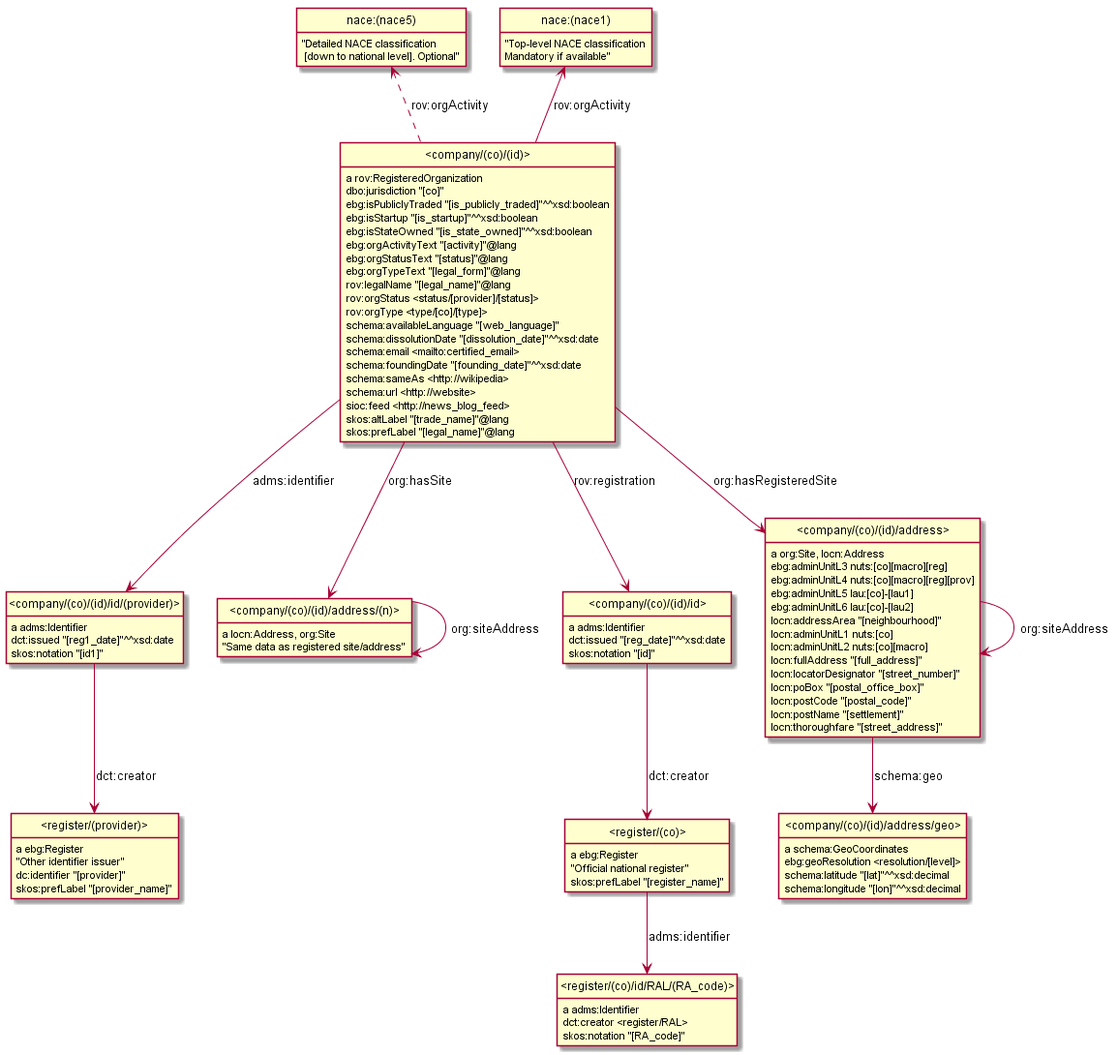
Above: model/company.png in euBusinessGraph/eubg-data (PlantUML), before the change.
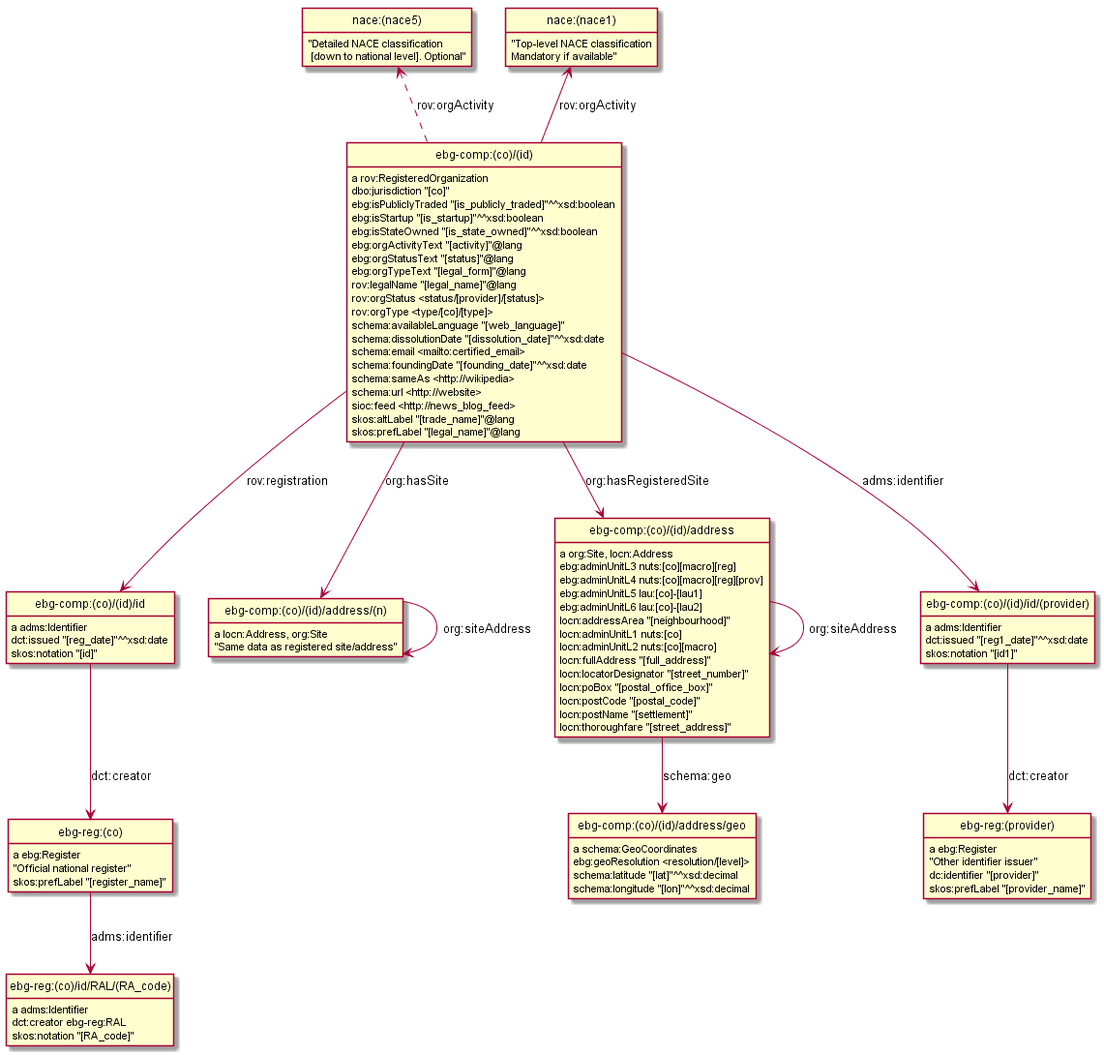
Later version of the same file.

Change to the diagram source:
```diff
@@ -3,85 +3,85 @@
 hide empty attributes
 hide circle
 skinparam classAttributeIconSize 0
-class _company_co_id_address_geo_ as "<company/(co)/(id)/address/geo>"
-_company_co_id_address_geo_ : a schema:GeoCoordinates
-_company_co_id_address_geo_ : ebg:geoResolution <resolution/[level]>
-_company_co_id_address_geo_ : schema:latitude "[lat]"^^xsd:decimal
-_company_co_id_address_geo_ : schema:longitude "[lon]"^^xsd:decimal
-class _company_co_id_id_provider_ as "<company/(co)/(id)/id/(provider)>"
-_company_co_id_id_provider_ : a adms:Identifier
-class _register_provider_ as "<register/(provider)>"
-_company_co_id_id_provider_ --> _register_provider_ : dct:creator
-_company_co_id_id_provider_ : dct:issued "[reg1_date]"^^xsd:date
-_company_co_id_id_provider_ : skos:notation "[id1]"
-_register_provider_ : a ebg:Register
-_register_provider_ :  "Other identifier issuer"
-_register_provider_ : dc:identifier "[provider]"
-_register_provider_ : skos:prefLabel "[provider_name]"
-class _company_co_id_ as "<company/(co)/(id)>"
-_company_co_id_ : a rov:RegisteredOrganization
-class _company_co_id_address_n_ as "<company/(co)/(id)/address/(n)>"
-_company_co_id_ --> _company_co_id_address_n_ : org:hasSite
-class _company_co_id_id_ as "<company/(co)/(id)/id>"
-_company_co_id_ --> _company_co_id_id_ : rov:registration
+class ebg_comp_co_id_id as "ebg-comp:(co)/(id)/id"
+ebg_comp_co_id_id : a adms:Identifier
+class ebg_reg_co_ as "ebg-reg:(co)"
+ebg_comp_co_id_id --> ebg_reg_co_ : dct:creator
+ebg_comp_co_id_id : dct:issued "[reg_date]"^^xsd:date
+ebg_comp_co_id_id : skos:notation "[id]"
+class ebg_comp_co_id_ as "ebg-comp:(co)/(id)"
+ebg_comp_co_id_ : a rov:RegisteredOrganization
 class nace_nace1_ as "nace:(nace1)"
-_company_co_id_ -up-> nace_nace1_ : rov:orgActivity
+ebg_comp_co_id_ -up-> nace_nace1_ : rov:orgActivity
 class nace_nace5_ as "nace:(nace5)"
-_company_co_id_ .up.> nace_nace5_ : rov:orgActivity
-class _company_co_id_address_ as "<company/(co)/(id)/address>"
-_company_co_id_ --> _company_co_id_address_ : org:hasRegisteredSite
-_company_co_id_ --> _company_co_id_id_provider_ : adms:identifier
-_company_co_id_ : dbo:jurisdiction "[co]"
-_company_co_id_ : ebg:isPubliclyTraded "[is_publicly_traded]"^^xsd:boolean
-_company_co_id_ : ebg:isStartup "[is_startup]"^^xsd:boolean
-_company_co_id_ : ebg:isStateOwned "[is_state_owned]"^^xsd:boolean
-_company_co_id_ : ebg:orgActivityText "[activity]"@lang
-_company_co_id_ : ebg:orgStatusText "[status]"@lang
-_company_co_id_ : ebg:orgTypeText "[legal_form]"@lang
-_company_co_id_ : rov:legalName "[legal_name]"@lang
-_company_co_id_ : rov:orgStatus <status/[provider]/[status]>
-_company_co_id_ : rov:orgType <type/[co]/[type]>
-_company_co_id_ : schema:availableLanguage "[web_language]"
-_company_co_id_ : schema:dissolutionDate "[dissolution_date]"^^xsd:date
-_company_co_id_ : schema:email <mailto:certified_email>
-_company_co_id_ : schema:foundingDate "[founding_date]"^^xsd:date
-_company_co_id_ : schema:sameAs <http://wikipedia>
-_company_co_id_ : schema:url <http://website>
-_company_co_id_ : sioc:feed <http://news_blog_feed>
-_company_co_id_ : skos:altLabel "[trade_name]"@lang
-_company_co_id_ : skos:prefLabel "[legal_name]"@lang
-class _register_co_ as "<register/(co)>"
-_register_co_ : a ebg:Register
-class _register_co_id_RAL_RA_code_ as "<register/(co)/id/RAL/(RA_code)>"
-_register_co_ --> _register_co_id_RAL_RA_code_ : adms:identifier
-_register_co_ :  "Official national register"
-_register_co_ : skos:prefLabel "[register_name]"
+ebg_comp_co_id_ .up.> nace_nace5_ : rov:orgActivity
+class ebg_comp_co_id_address_n_ as "ebg-comp:(co)/(id)/address/(n)"
+ebg_comp_co_id_ --> ebg_comp_co_id_address_n_ : org:hasSite
+class ebg_comp_co_id_address as "ebg-comp:(co)/(id)/address"
+ebg_comp_co_id_ --> ebg_comp_co_id_address : org:hasRegisteredSite
+ebg_comp_co_id_ --> ebg_comp_co_id_id : rov:registration
+class ebg_comp_co_id_id_provider_ as "ebg-comp:(co)/(id)/id/(provider)"
+ebg_comp_co_id_ --> ebg_comp_co_id_id_provider_ : adms:identifier
+ebg_comp_co_id_ : dbo:jurisdiction "[co]"
+ebg_comp_co_id_ : ebg:isPubliclyTraded "[is_publicly_traded]"^^xsd:boolean
+ebg_comp_co_id_ : ebg:isStartup "[is_startup]"^^xsd:boolean
+ebg_comp_co_id_ : ebg:isStateOwned "[is_state_owned]"^^xsd:boolean
+ebg_comp_co_id_ : ebg:orgActivityText "[activity]"@lang
+ebg_comp_co_id_ : ebg:orgStatusText "[status]"@lang
+ebg_comp_co_id_ : ebg:orgTypeText "[legal_form]"@lang
+ebg_comp_co_id_ : rov:legalName "[legal_name]"@lang
+ebg_comp_co_id_ : rov:orgStatus <status/[provider]/[status]>
+ebg_comp_co_id_ : rov:orgType <type/[co]/[type]>
+ebg_comp_co_id_ : schema:availableLanguage "[web_language]"
+ebg_comp_co_id_ : schema:dissolutionDate "[dissolution_date]"^^xsd:date
+ebg_comp_co_id_ : schema:email <mailto:certified_email>
+ebg_comp_co_id_ : schema:foundingDate "[founding_date]"^^xsd:date
+ebg_comp_co_id_ : schema:sameAs <http://wikipedia>
+ebg_comp_co_id_ : schema:url <http://website>
+ebg_comp_co_id_ : sioc:feed <http://news_blog_feed>
+ebg_comp_co_id_ : skos:altLabel "[trade_name]"@lang
+ebg_comp_co_id_ : skos:prefLabel "[legal_name]"@lang
+class ebg_reg_provider_ as "ebg-reg:(provider)"
+ebg_reg_provider_ : a ebg:Register
+ebg_reg_provider_ :  "Other identifier issuer"
+ebg_reg_provider_ : dc:identifier "[provider]"
+ebg_reg_provider_ : skos:prefLabel "[provider_name]"
+nace_nace1_ :  "Top-level NACE classification\nMandatory if available"
 nace_nace5_ :  "Detailed NACE classification\n [down to national level]. Optional"
-_company_co_id_address_ : a org:Site, locn:Address
-_company_co_id_address_ --> _company_co_id_address_ : org:siteAddress
-_company_co_id_address_ --> _company_co_id_address_geo_ : schema:geo
-_company_co_id_address_ : ebg:adminUnitL3 nuts:[co][macro][reg]
-_company_co_id_address_ : ebg:adminUnitL4 nuts:[co][macro][reg][prov]
-_company_co_id_address_ : ebg:adminUnitL5 lau:[co]-[lau1]
-_company_co_id_address_ : ebg:adminUnitL6 lau:[co]-[lau2]
-_company_co_id_address_ : locn:addressArea "[neighbourhood]"
-_company_co_id_address_ : locn:adminUnitL1 nuts:[co]
-_company_co_id_address_ : locn:adminUnitL2 nuts:[co][macro]
-_company_co_id_address_ : locn:fullAddress "[full_address]"
-_company_co_id_address_ : locn:locatorDesignator "[street_number]"
-_company_co_id_address_ : locn:poBox "[postal_office_box]"
-_company_co_id_address_ : locn:postCode "[postal_code]"
-_company_co_id_address_ : locn:postName "[settlement]"
-_company_co_id_address_ : locn:thoroughfare "[street_address]"
-_company_co_id_address_n_ : a locn:Address, org:Site
-_company_co_id_address_n_ --> _company_co_id_address_n_ : org:siteAddress
-_company_co_id_address_n_ :  "Same data as registered site/address"
-_company_co_id_id_ : a adms:Identifier
-_company_co_id_id_ --> _register_co_ : dct:creator
-_company_co_id_id_ : dct:issued "[reg_date]"^^xsd:date
-_company_co_id_id_ : skos:notation "[id]"
-nace_nace1_ :  "Top-level NACE classification\nMandatory if available"
-_register_co_id_RAL_RA_code_ : a adms:Identifier
-_register_co_id_RAL_RA_code_ : dct:creator <register/RAL>
-_register_co_id_RAL_RA_code_ : skos:notation "[RA_code]"
+ebg_comp_co_id_id_provider_ : a adms:Identifier
+ebg_comp_co_id_id_provider_ --> ebg_reg_provider_ : dct:creator
+ebg_comp_co_id_id_provider_ : dct:issued "[reg1_date]"^^xsd:date
+ebg_comp_co_id_id_provider_ : skos:notation "[id1]"
+ebg_comp_co_id_address : a org:Site, locn:Address
+ebg_comp_co_id_address --> ebg_comp_co_id_address : org:siteAddress
+class ebg_comp_co_id_address_geo as "ebg-comp:(co)/(id)/address/geo"
+ebg_comp_co_id_address --> ebg_comp_co_id_address_geo : schema:geo
+ebg_comp_co_id_address : ebg:adminUnitL3 nuts:[co][macro][reg]
+ebg_comp_co_id_address : ebg:adminUnitL4 nuts:[co][macro][reg][prov]
+ebg_comp_co_id_address : ebg:adminUnitL5 lau:[co]-[lau1]
+ebg_comp_co_id_address : ebg:adminUnitL6 lau:[co]-[lau2]
+ebg_comp_co_id_address : locn:addressArea "[neighbourhood]"
+ebg_comp_co_id_address : locn:adminUnitL1 nuts:[co]
+ebg_comp_co_id_address : locn:adminUnitL2 nuts:[co][macro]
+ebg_comp_co_id_address : locn:fullAddress "[full_address]"
+ebg_comp_co_id_address : locn:locatorDesignator "[street_number]"
+ebg_comp_co_id_address : locn:poBox "[postal_office_box]"
+ebg_comp_co_id_address : locn:postCode "[postal_code]"
+ebg_comp_co_id_address : locn:postName "[settlement]"
+ebg_comp_co_id_address : locn:thoroughfare "[street_address]"
+ebg_comp_co_id_address_n_ : a locn:Address, org:Site
+ebg_comp_co_id_address_n_ --> ebg_comp_co_id_address_n_ : org:siteAddress
+ebg_comp_co_id_address_n_ :  "Same data as registered site/address"
+ebg_reg_co_ : a ebg:Register
+class ebg_reg_co_id_RAL_RA_code_ as "ebg-reg:(co)/id/RAL/(RA_code)"
+ebg_reg_co_ --> ebg_reg_co_id_RAL_RA_code_ : adms:identifier
+ebg_reg_co_ :  "Official national register"
+ebg_reg_co_ : skos:prefLabel "[register_name]"
+ebg_comp_co_id_address_geo : a schema:GeoCoordinates
+ebg_comp_co_id_address_geo : ebg:geoResolution <resolution/[level]>
+ebg_comp_co_id_address_geo : schema:latitude "[lat]"^^xsd:decimal
+ebg_comp_co_id_address_geo : schema:longitude "[lon]"^^xsd:decimal
+ebg_reg_co_id_RAL_RA_code_ : a adms:Identifier
+ebg_reg_co_id_RAL_RA_code_ : dct:creator ebg-reg:RAL
+ebg_reg_co_id_RAL_RA_code_ : skos:notation "[RA_code]"
 @enduml
```
